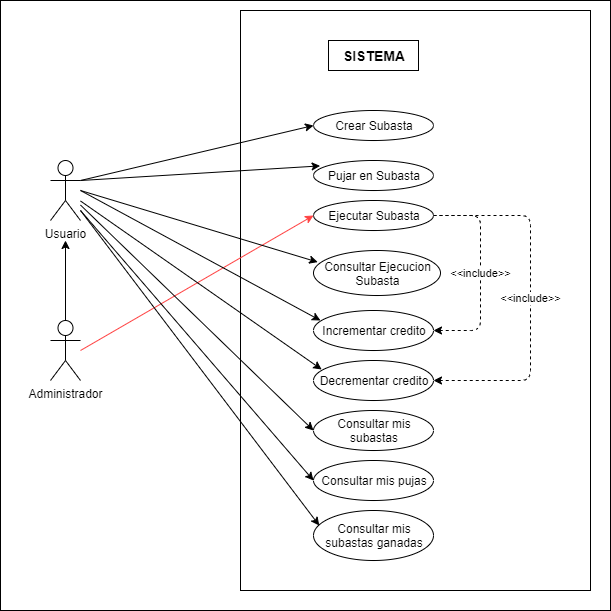
This is Diagrama de Casos de Uso.png from josegoval/I.E.6.2, a draw.io export, as it was before one commit. Source tidied: cells renumbered, new cells last; positions are measured from the earlier drawing's top-left corner, leaving out a move shared by most shapes.
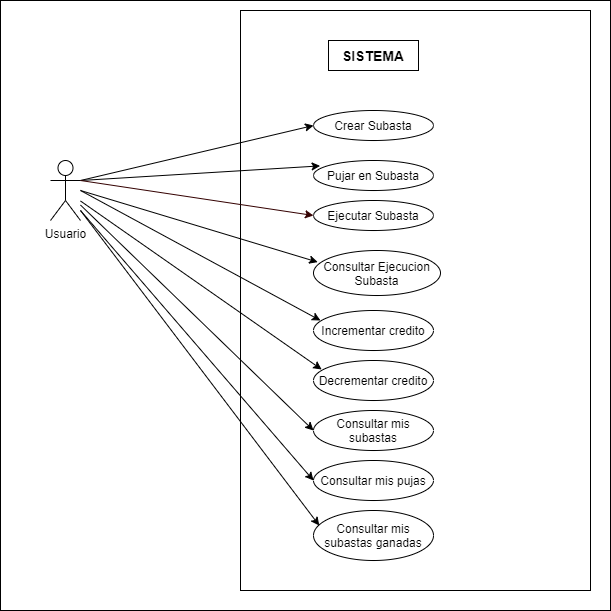
The same diagram one commit later.

Commit message:
Modificación del diagrama de casos de uso.

Después de debatirlo con el profesor, se ha modificado el diagrama de
casos de uso, eliminando el administrador y haciendo que la tarea de
ejecutar la haga el propio usuario. Por ahora esto es hipotético, pues
en el fondo, sera un Timer del servidor el que realizase dicha tarea.

	modified:   Diagrama de Casos de Uso - Tablas.pdf
	modified:   Diagrama de Casos de Uso.png

The edit, as a diff of the source:
```diff
@@ -48,14 +48,6 @@
     <mxCell id="11" value="Usuario&lt;br&gt;" style="shape=umlActor;verticalLabelPosition=bottom;labelBackgroundColor=#ffffff;verticalAlign=top;html=1;outlineConnect=0;" parent="10" vertex="1">
       <mxGeometry x="50" y="160" width="30" height="60" as="geometry" />
     </mxCell>
-    <mxCell id="12" style="edgeStyle=orthogonalEdgeStyle;rounded=0;jettySize=auto;html=1;" parent="10" edge="1" source="13">
-      <mxGeometry relative="1" as="geometry">
-        <mxPoint x="65" y="240" as="targetPoint" />
-      </mxGeometry>
-    </mxCell>
-    <mxCell id="13" value="Administrador" style="shape=umlActor;verticalLabelPosition=bottom;labelBackgroundColor=#ffffff;verticalAlign=top;html=1;outlineConnect=0;" parent="10" vertex="1">
-      <mxGeometry x="50" y="320" width="30" height="60" as="geometry" />
-    </mxCell>
     <mxCell id="14" value="&lt;b&gt;&lt;font style=&quot;font-size: 14px&quot;&gt;SISTEMA&lt;/font&gt;&lt;/b&gt;" style="rounded=0;whiteSpace=wrap;html=1;" parent="10" vertex="1">
       <mxGeometry x="328" y="40" width="90" height="30" as="geometry" />
     </mxCell>
@@ -65,22 +57,6 @@
     <mxCell id="16" value="Pujar en Subasta" style="ellipse;whiteSpace=wrap;html=1;" parent="10" vertex="1">
       <mxGeometry x="313" y="160" width="120" height="30" as="geometry" />
     </mxCell>
-    <mxCell id="17" value="&amp;lt;&amp;lt;include&amp;gt;&amp;gt;" style="edgeStyle=orthogonalEdgeStyle;rounded=1;jettySize=auto;html=1;dashed=1;" parent="10" edge="1" source="19" target="20">
-      <mxGeometry relative="1" as="geometry">
-        <Array as="points">
-          <mxPoint x="480" y="215" />
-          <mxPoint x="480" y="330" />
-        </Array>
-      </mxGeometry>
-    </mxCell>
-    <mxCell id="18" value="&amp;lt;&amp;lt;include&amp;gt;&amp;gt;" style="edgeStyle=orthogonalEdgeStyle;jettySize=auto;html=1;rounded=1;dashed=1;" parent="10" edge="1" source="19" target="21">
-      <mxGeometry relative="1" as="geometry">
-        <Array as="points">
-          <mxPoint x="530" y="215" />
-          <mxPoint x="530" y="380" />
-        </Array>
-      </mxGeometry>
-    </mxCell>
     <mxCell id="19" value="Ejecutar Subasta" style="ellipse;whiteSpace=wrap;html=1;" parent="10" vertex="1">
       <mxGeometry x="313" y="200" width="120" height="30" as="geometry" />
     </mxCell>
@@ -109,10 +85,8 @@
         <mxPoint x="80" y="180" as="sourcePoint" />
       </mxGeometry>
     </mxCell>
-    <mxCell id="27" style="endArrow=classic;html=1;shadow=0;entryX=0;entryY=0.5;entryDx=0;entryDy=0;strokeColor=#FF4242;" parent="10" edge="1" target="19">
-      <mxGeometry relative="1" as="geometry">
-        <mxPoint x="80" y="350" as="sourcePoint" />
-      </mxGeometry>
+    <mxCell id="27" style="endArrow=classic;html=1;shadow=0;entryX=0;entryY=0.5;entryDx=0;entryDy=0;strokeColor=#330000;exitX=1;exitY=0.3333333333333333;exitDx=0;exitDy=0;exitPerimeter=0;" parent="10" edge="1" source="11" target="19">
+      <mxGeometry relative="1" as="geometry" />
     </mxCell>
     <mxCell id="28" style="endArrow=classic;html=1;shadow=0;entryX=0.033;entryY=0.258;entryDx=0;entryDy=0;entryPerimeter=0;" parent="10" edge="1" target="34">
       <mxGeometry relative="1" as="geometry">
```
